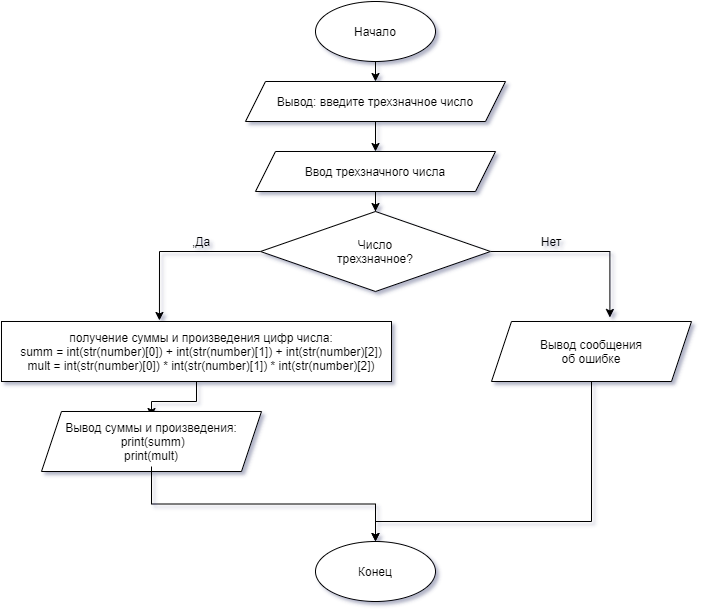
This is lesson01/les01task01.png from vakhnin/geekbrains-algorithms, a draw.io export, as it was before one commit. Source tidied: cells renumbered, new cells last; positions are measured from the earlier drawing's top-left corner, leaving out a move shared by most shapes.
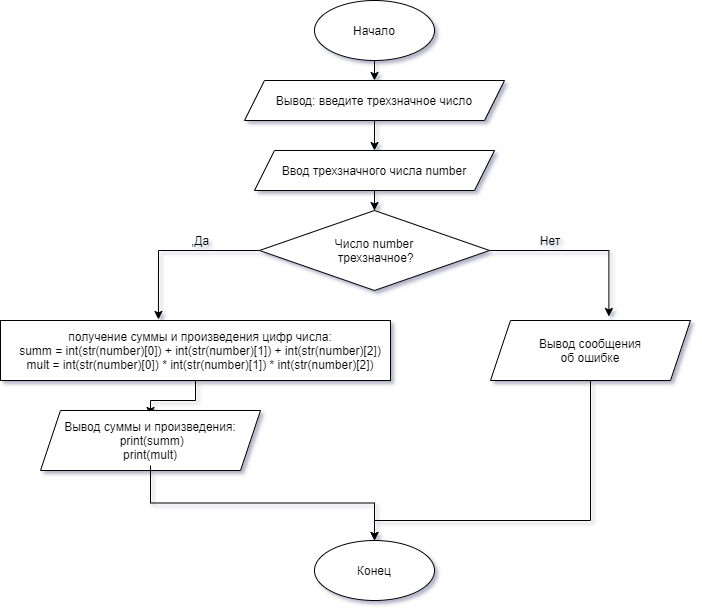
After the change.

Change to the diagram source:
```diff
@@ -26,8 +26,8 @@
     <mxCell id="9" style="shape=parallelogram;perimeter=parallelogramPerimeter;whiteSpace=wrap;html=1;fixedSize=1;" parent="1" vertex="1">
       <mxGeometry x="254" y="150" width="240" height="40" as="geometry" />
     </mxCell>
-    <mxCell id="10" value="Ввод трехзначного числа" style="text;html=1;strokeColor=none;fillColor=none;align=center;verticalAlign=middle;whiteSpace=wrap;rounded=0;" parent="1" vertex="1">
-      <mxGeometry x="294" y="160" width="160" height="20" as="geometry" />
+    <mxCell id="10" value="Ввод трехзначного числа number" style="text;html=1;strokeColor=none;fillColor=none;align=center;verticalAlign=middle;whiteSpace=wrap;rounded=0;" parent="1" vertex="1">
+      <mxGeometry x="276" y="160" width="196" height="20" as="geometry" />
     </mxCell>
     <mxCell id="11" style="edgeStyle=orthogonalEdgeStyle;rounded=0;jettySize=auto;html=1;" parent="1" edge="1" source="12" target="25">
       <mxGeometry relative="1" as="geometry" />
@@ -47,7 +47,7 @@
     <mxCell id="16" style="rhombus;whiteSpace=wrap;html=1;" parent="1" vertex="1">
       <mxGeometry x="259" y="210" width="230" height="80" as="geometry" />
     </mxCell>
-    <mxCell id="17" value="Число трехзначное?" style="text;html=1;strokeColor=none;fillColor=none;align=center;verticalAlign=middle;whiteSpace=wrap;rounded=0;" parent="1" vertex="1">
+    <mxCell id="17" value="Число number&lt;br&gt;&amp;nbsp;трехзначное?" style="text;html=1;strokeColor=none;fillColor=none;align=center;verticalAlign=middle;whiteSpace=wrap;rounded=0;" parent="1" vertex="1">
       <mxGeometry x="334" y="240" width="80" height="20" as="geometry" />
     </mxCell>
     <mxCell id="18" style="edgeStyle=orthogonalEdgeStyle;rounded=0;jettySize=auto;html=1;entryX=0.5;entryY=0;entryDx=0;entryDy=0;" parent="1" edge="1" source="19" target="26">
```
